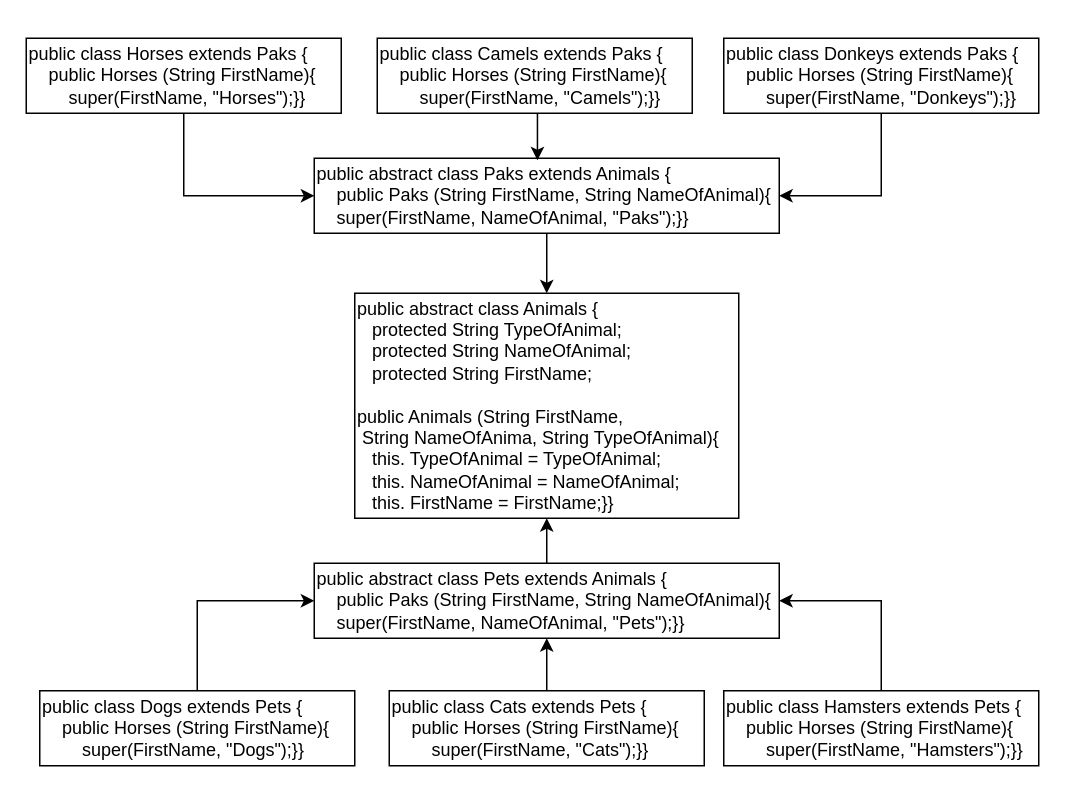
Before: Task6.drawio in FedorPRG/Final_certification, a draw.io diagram. Source tidied: cells renumbered, new cells numbered last; positions are measured from the earlier drawing's top-left corner, leaving out a move shared by most shapes. Both pictures are drawn from the tidied source at 150%, with x=0, y=0 at pixel (26, 38).
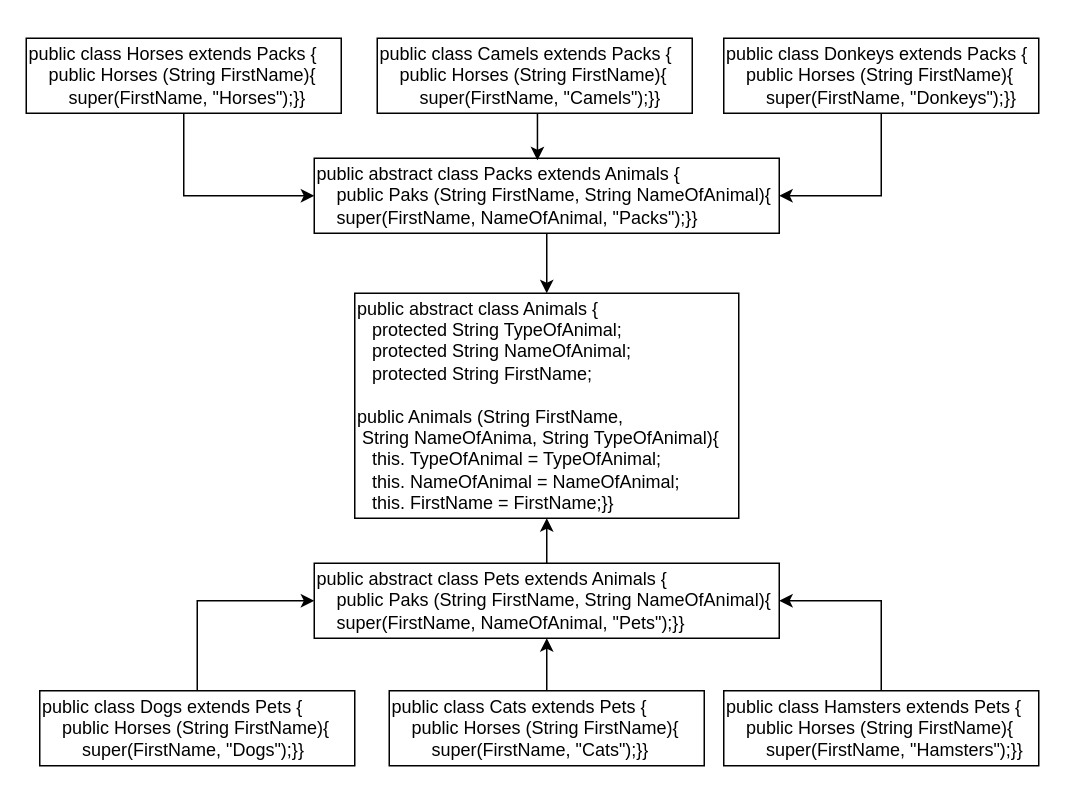
The same page after the edit.

Change to the diagram source:
```diff
@@
 <mxGraphModel>
   <root>
     <mxCell id="0" />
     <mxCell id="1" parent="0" />
     <mxCell id="2" value="&lt;font style=&quot;font-size: 12px;&quot;&gt;public abstract class Animals {&lt;br&gt;&amp;nbsp; &amp;nbsp;protected String TypeOfAnimal;&lt;br&gt;&amp;nbsp; &amp;nbsp;protected String NameOfAnimal;&lt;br&gt;&lt;span lang=&quot;EN-US&quot; style=&quot;&quot;&gt;&amp;nbsp; &amp;nbsp;protected String FirstName;&lt;/span&gt;&amp;nbsp;&lt;br&gt;&amp;nbsp;&amp;nbsp;&lt;/font&gt;&lt;br&gt;public Animals (String FirstName,&lt;br&gt;&lt;span lang=&quot;EN-US&quot;&gt;&amp;nbsp;String NameOfAnima,&lt;/span&gt; String TypeOfAnimal)&lt;span lang=&quot;EN-US&quot; style=&quot;background-color: initial;&quot;&gt;{&lt;/span&gt;&lt;br&gt;&amp;nbsp; &amp;nbsp;this. TypeOfAnimal = TypeOfAnimal;&lt;br&gt;&amp;nbsp; &amp;nbsp;this. NameOfAnimal = NameOfAnimal; &lt;br&gt;&amp;nbsp; &amp;nbsp;this. FirstName = FirstName;}}" style="rounded=0;whiteSpace=wrap;html=1;align=left;" parent="1" vertex="1">
       <mxGeometry x="219" y="170" width="256" height="150" as="geometry" />
     </mxCell>
     <mxCell id="3" style="edgeStyle=orthogonalEdgeStyle;rounded=0;jettySize=auto;html=1;exitX=0.5;exitY=1;exitDx=0;exitDy=0;entryX=0;entryY=0.5;entryDx=0;entryDy=0;fontSize=12;" parent="1" edge="1" source="4" target="6">
       <mxGeometry relative="1" as="geometry" />
     </mxCell>
-    <mxCell id="4" value="&lt;p style=&quot;margin-bottom:0cm;margin-bottom:.0001pt&quot; class=&quot;MsoNormal&quot;&gt;&lt;span lang=&quot;EN-US&quot;&gt;public class Horses extends Paks {&lt;br&gt;&lt;/span&gt;&lt;/p&gt;&lt;div style=&quot;text-indent: 0px;&quot;&gt;&lt;span style=&quot;background-color: initial; text-indent: 9.75pt;&quot;&gt;&amp;nbsp; &amp;nbsp; public Horses (String FirstName){&lt;br&gt;&lt;/span&gt;&lt;span style=&quot;text-indent: 9.75pt; background-color: initial;&quot;&gt;&amp;nbsp; &amp;nbsp;&amp;nbsp;&lt;/span&gt;&lt;span style=&quot;background-color: initial;&quot;&gt;&amp;nbsp; &amp;nbsp; super(FirstName,&amp;nbsp;&lt;/span&gt;&lt;span style=&quot;background-color: initial;&quot;&gt;&quot;Horses&quot;);&lt;/span&gt;&lt;span style=&quot;background-color: initial;&quot;&gt;}}&lt;/span&gt;&lt;/div&gt;&lt;p&gt;&lt;/p&gt;" style="rounded=0;whiteSpace=wrap;html=1;align=left;" parent="1" vertex="1">
+    <mxCell id="4" value="&lt;p style=&quot;margin-bottom:0cm;margin-bottom:.0001pt&quot; class=&quot;MsoNormal&quot;&gt;&lt;span lang=&quot;EN-US&quot;&gt;public class Horses extends Packs {&lt;br&gt;&lt;/span&gt;&lt;/p&gt;&lt;div style=&quot;text-indent: 0px;&quot;&gt;&lt;span style=&quot;background-color: initial; text-indent: 9.75pt;&quot;&gt;&amp;nbsp; &amp;nbsp; public Horses (String FirstName){&lt;br&gt;&lt;/span&gt;&lt;span style=&quot;text-indent: 9.75pt; background-color: initial;&quot;&gt;&amp;nbsp; &amp;nbsp;&amp;nbsp;&lt;/span&gt;&lt;span style=&quot;background-color: initial;&quot;&gt;&amp;nbsp; &amp;nbsp; super(FirstName,&amp;nbsp;&lt;/span&gt;&lt;span style=&quot;background-color: initial;&quot;&gt;&quot;Horses&quot;);&lt;/span&gt;&lt;span style=&quot;background-color: initial;&quot;&gt;}}&lt;/span&gt;&lt;/div&gt;&lt;p&gt;&lt;/p&gt;" style="rounded=0;whiteSpace=wrap;html=1;align=left;" parent="1" vertex="1">
       <mxGeometry width="210" height="50" as="geometry" />
     </mxCell>
     <mxCell id="5" style="edgeStyle=orthogonalEdgeStyle;rounded=0;jettySize=auto;html=1;entryX=0.5;entryY=0;entryDx=0;entryDy=0;fontSize=12;" parent="1" edge="1" source="6" target="2">
       <mxGeometry relative="1" as="geometry" />
     </mxCell>
-    <mxCell id="6" value="&lt;p style=&quot;margin-bottom:0cm;margin-bottom:.0001pt&quot; class=&quot;MsoNormal&quot;&gt;&lt;span lang=&quot;EN-US&quot;&gt;public abstract class Paks extends Animals {&lt;br&gt;&lt;/span&gt;&lt;/p&gt;&lt;div style=&quot;text-indent: 0px;&quot;&gt;&lt;span style=&quot;background-color: initial; text-indent: 9.75pt;&quot;&gt;&amp;nbsp; &amp;nbsp; public Paks (String FirstName, String NameOfAnimal){&lt;br&gt;&lt;/span&gt;&lt;span style=&quot;text-indent: 9.75pt; background-color: initial;&quot;&gt;&amp;nbsp; &amp;nbsp;&amp;nbsp;&lt;/span&gt;super(FirstName, NameOfAnimal, &quot;Paks&quot;);}}&lt;/div&gt;&lt;p&gt;&lt;/p&gt;" style="rounded=0;whiteSpace=wrap;html=1;align=left;" parent="1" vertex="1">
+    <mxCell id="6" value="&lt;p style=&quot;margin-bottom:0cm;margin-bottom:.0001pt&quot; class=&quot;MsoNormal&quot;&gt;&lt;span lang=&quot;EN-US&quot;&gt;public abstract class Packs extends Animals {&lt;br&gt;&lt;/span&gt;&lt;/p&gt;&lt;div style=&quot;text-indent: 0px;&quot;&gt;&lt;span style=&quot;background-color: initial; text-indent: 9.75pt;&quot;&gt;&amp;nbsp; &amp;nbsp; public Paks (String FirstName, String NameOfAnimal){&lt;br&gt;&lt;/span&gt;&lt;span style=&quot;text-indent: 9.75pt; background-color: initial;&quot;&gt;&amp;nbsp; &amp;nbsp;&amp;nbsp;&lt;/span&gt;super(FirstName, NameOfAnimal, &quot;Packs&quot;);}}&lt;/div&gt;&lt;p&gt;&lt;/p&gt;" style="rounded=0;whiteSpace=wrap;html=1;align=left;" parent="1" vertex="1">
       <mxGeometry x="192" y="80" width="310" height="50" as="geometry" />
     </mxCell>
     <mxCell id="7" style="edgeStyle=orthogonalEdgeStyle;rounded=0;jettySize=auto;html=1;exitX=0.5;exitY=1;exitDx=0;exitDy=0;entryX=0.48;entryY=0.028;entryDx=0;entryDy=0;entryPerimeter=0;fontSize=12;" parent="1" edge="1" source="8" target="6">
       <mxGeometry relative="1" as="geometry" />
     </mxCell>
-    <mxCell id="8" value="&lt;p style=&quot;margin-bottom:0cm;margin-bottom:.0001pt&quot; class=&quot;MsoNormal&quot;&gt;&lt;span lang=&quot;EN-US&quot;&gt;public class Camels extends Paks {&lt;br&gt;&lt;/span&gt;&lt;/p&gt;&lt;div style=&quot;text-indent: 0px;&quot;&gt;&lt;span style=&quot;background-color: initial; text-indent: 9.75pt;&quot;&gt;&amp;nbsp; &amp;nbsp; public Horses (String FirstName){&lt;br&gt;&lt;/span&gt;&lt;span style=&quot;text-indent: 9.75pt; background-color: initial;&quot;&gt;&amp;nbsp; &amp;nbsp;&amp;nbsp;&lt;/span&gt;&lt;span style=&quot;background-color: initial;&quot;&gt;&amp;nbsp; &amp;nbsp; super(FirstName,&amp;nbsp;&lt;/span&gt;&lt;span style=&quot;background-color: initial;&quot;&gt;&quot;Camels&quot;);&lt;/span&gt;&lt;span style=&quot;background-color: initial;&quot;&gt;}}&lt;/span&gt;&lt;/div&gt;&lt;p&gt;&lt;/p&gt;" style="rounded=0;whiteSpace=wrap;html=1;align=left;" parent="1" vertex="1">
+    <mxCell id="8" value="&lt;p style=&quot;margin-bottom:0cm;margin-bottom:.0001pt&quot; class=&quot;MsoNormal&quot;&gt;&lt;span lang=&quot;EN-US&quot;&gt;public class Camels extends Packs {&lt;br&gt;&lt;/span&gt;&lt;/p&gt;&lt;div style=&quot;text-indent: 0px;&quot;&gt;&lt;span style=&quot;background-color: initial; text-indent: 9.75pt;&quot;&gt;&amp;nbsp; &amp;nbsp; public Horses (String FirstName){&lt;br&gt;&lt;/span&gt;&lt;span style=&quot;text-indent: 9.75pt; background-color: initial;&quot;&gt;&amp;nbsp; &amp;nbsp;&amp;nbsp;&lt;/span&gt;&lt;span style=&quot;background-color: initial;&quot;&gt;&amp;nbsp; &amp;nbsp; super(FirstName,&amp;nbsp;&lt;/span&gt;&lt;span style=&quot;background-color: initial;&quot;&gt;&quot;Camels&quot;);&lt;/span&gt;&lt;span style=&quot;background-color: initial;&quot;&gt;}}&lt;/span&gt;&lt;/div&gt;&lt;p&gt;&lt;/p&gt;" style="rounded=0;whiteSpace=wrap;html=1;align=left;" parent="1" vertex="1">
       <mxGeometry x="234" width="210" height="50" as="geometry" />
     </mxCell>
     <mxCell id="9" style="edgeStyle=orthogonalEdgeStyle;rounded=0;jettySize=auto;html=1;entryX=1;entryY=0.5;entryDx=0;entryDy=0;fontSize=12;" parent="1" edge="1" source="10" target="6">
       <mxGeometry relative="1" as="geometry" />
     </mxCell>
-    <mxCell id="10" value="&lt;p style=&quot;margin-bottom:0cm;margin-bottom:.0001pt&quot; class=&quot;MsoNormal&quot;&gt;&lt;span lang=&quot;EN-US&quot;&gt;public class Donkeys extends Paks {&lt;br&gt;&lt;/span&gt;&lt;/p&gt;&lt;div style=&quot;text-indent: 0px;&quot;&gt;&lt;span style=&quot;background-color: initial; text-indent: 9.75pt;&quot;&gt;&amp;nbsp; &amp;nbsp; public Horses (String FirstName){&lt;br&gt;&lt;/span&gt;&lt;span style=&quot;text-indent: 9.75pt; background-color: initial;&quot;&gt;&amp;nbsp; &amp;nbsp;&amp;nbsp;&lt;/span&gt;&lt;span style=&quot;background-color: initial;&quot;&gt;&amp;nbsp; &amp;nbsp; super(FirstName,&amp;nbsp;&lt;/span&gt;&quot;Donkeys&lt;span style=&quot;background-color: initial;&quot;&gt;&quot;);&lt;/span&gt;&lt;span style=&quot;background-color: initial;&quot;&gt;}}&lt;/span&gt;&lt;/div&gt;&lt;p&gt;&lt;/p&gt;" style="rounded=0;whiteSpace=wrap;html=1;align=left;" parent="1" vertex="1">
+    <mxCell id="10" value="&lt;p style=&quot;margin-bottom:0cm;margin-bottom:.0001pt&quot; class=&quot;MsoNormal&quot;&gt;&lt;span lang=&quot;EN-US&quot;&gt;public class Donkeys extends Packs {&lt;br&gt;&lt;/span&gt;&lt;/p&gt;&lt;div style=&quot;text-indent: 0px;&quot;&gt;&lt;span style=&quot;background-color: initial; text-indent: 9.75pt;&quot;&gt;&amp;nbsp; &amp;nbsp; public Horses (String FirstName){&lt;br&gt;&lt;/span&gt;&lt;span style=&quot;text-indent: 9.75pt; background-color: initial;&quot;&gt;&amp;nbsp; &amp;nbsp;&amp;nbsp;&lt;/span&gt;&lt;span style=&quot;background-color: initial;&quot;&gt;&amp;nbsp; &amp;nbsp; super(FirstName,&amp;nbsp;&lt;/span&gt;&quot;Donkeys&lt;span style=&quot;background-color: initial;&quot;&gt;&quot;);&lt;/span&gt;&lt;span style=&quot;background-color: initial;&quot;&gt;}}&lt;/span&gt;&lt;/div&gt;&lt;p&gt;&lt;/p&gt;" style="rounded=0;whiteSpace=wrap;html=1;align=left;" parent="1" vertex="1">
       <mxGeometry x="465" width="210" height="50" as="geometry" />
     </mxCell>
     <mxCell id="11" style="edgeStyle=orthogonalEdgeStyle;rounded=0;jettySize=auto;html=1;entryX=0.5;entryY=1;entryDx=0;entryDy=0;fontSize=12;" parent="1" edge="1" source="12" target="2">
       <mxGeometry relative="1" as="geometry" />
     </mxCell>
     <mxCell id="12" value="&lt;p style=&quot;margin-bottom:0cm;margin-bottom:.0001pt&quot; class=&quot;MsoNormal&quot;&gt;&lt;span lang=&quot;EN-US&quot;&gt;public abstract class Pets extends Animals {&lt;br&gt;&lt;/span&gt;&lt;/p&gt;&lt;div style=&quot;text-indent: 0px;&quot;&gt;&lt;span style=&quot;background-color: initial; text-indent: 9.75pt;&quot;&gt;&amp;nbsp; &amp;nbsp; public Paks (String FirstName, String NameOfAnimal){&lt;br&gt;&lt;/span&gt;&lt;span style=&quot;text-indent: 9.75pt; background-color: initial;&quot;&gt;&amp;nbsp; &amp;nbsp;&amp;nbsp;&lt;/span&gt;super(FirstName, NameOfAnimal, &quot;Pets&quot;);}}&lt;/div&gt;&lt;p&gt;&lt;/p&gt;" style="rounded=0;whiteSpace=wrap;html=1;align=left;" parent="1" vertex="1">
       <mxGeometry x="192" y="350" width="310" height="50" as="geometry" />
     </mxCell>
     <mxCell id="13" style="edgeStyle=orthogonalEdgeStyle;rounded=0;jettySize=auto;html=1;entryX=0;entryY=0.5;entryDx=0;entryDy=0;fontSize=12;" parent="1" edge="1" source="14" target="12">
       <mxGeometry relative="1" as="geometry" />
     </mxCell>
     <mxCell id="14" value="&lt;p style=&quot;margin-bottom:0cm;margin-bottom:.0001pt&quot; class=&quot;MsoNormal&quot;&gt;&lt;span lang=&quot;EN-US&quot;&gt;public class Dogs extends Pets {&lt;br&gt;&lt;/span&gt;&lt;/p&gt;&lt;div style=&quot;text-indent: 0px;&quot;&gt;&lt;span style=&quot;background-color: initial; text-indent: 9.75pt;&quot;&gt;&amp;nbsp; &amp;nbsp; public Horses (String FirstName){&lt;br&gt;&lt;/span&gt;&lt;span style=&quot;text-indent: 9.75pt; background-color: initial;&quot;&gt;&amp;nbsp; &amp;nbsp;&amp;nbsp;&lt;/span&gt;&lt;span style=&quot;background-color: initial;&quot;&gt;&amp;nbsp; &amp;nbsp; super(FirstName,&amp;nbsp;&lt;/span&gt;&lt;span style=&quot;background-color: initial;&quot;&gt;&quot;Dogs&quot;);&lt;/span&gt;&lt;span style=&quot;background-color: initial;&quot;&gt;}}&lt;/span&gt;&lt;/div&gt;&lt;p&gt;&lt;/p&gt;" style="rounded=0;whiteSpace=wrap;html=1;align=left;" parent="1" vertex="1">
       <mxGeometry x="9" y="435" width="210" height="50" as="geometry" />
     </mxCell>
     <mxCell id="15" style="edgeStyle=orthogonalEdgeStyle;rounded=0;jettySize=auto;html=1;entryX=0.5;entryY=1;entryDx=0;entryDy=0;fontSize=12;" parent="1" edge="1" source="16" target="12">
       <mxGeometry relative="1" as="geometry" />
     </mxCell>
     <mxCell id="16" value="&lt;p style=&quot;margin-bottom:0cm;margin-bottom:.0001pt&quot; class=&quot;MsoNormal&quot;&gt;&lt;span lang=&quot;EN-US&quot;&gt;public class Cats extends Pets {&lt;br&gt;&lt;/span&gt;&lt;/p&gt;&lt;div style=&quot;text-indent: 0px;&quot;&gt;&lt;span style=&quot;background-color: initial; text-indent: 9.75pt;&quot;&gt;&amp;nbsp; &amp;nbsp; public Horses (String FirstName){&lt;br&gt;&lt;/span&gt;&lt;span style=&quot;text-indent: 9.75pt; background-color: initial;&quot;&gt;&amp;nbsp; &amp;nbsp;&amp;nbsp;&lt;/span&gt;&lt;span style=&quot;background-color: initial;&quot;&gt;&amp;nbsp; &amp;nbsp; super(FirstName,&amp;nbsp;&lt;/span&gt;&lt;span style=&quot;background-color: initial;&quot;&gt;&quot;Cats&quot;);&lt;/span&gt;&lt;span style=&quot;background-color: initial;&quot;&gt;}}&lt;/span&gt;&lt;/div&gt;&lt;p&gt;&lt;/p&gt;" style="rounded=0;whiteSpace=wrap;html=1;align=left;" parent="1" vertex="1">
       <mxGeometry x="242" y="435" width="210" height="50" as="geometry" />
     </mxCell>
     <mxCell id="17" style="edgeStyle=orthogonalEdgeStyle;rounded=0;jettySize=auto;html=1;entryX=1;entryY=0.5;entryDx=0;entryDy=0;fontSize=12;" parent="1" edge="1" source="18" target="12">
       <mxGeometry relative="1" as="geometry" />
     </mxCell>
     <mxCell id="18" value="&lt;p style=&quot;margin-bottom:0cm;margin-bottom:.0001pt&quot; class=&quot;MsoNormal&quot;&gt;&lt;span lang=&quot;EN-US&quot;&gt;public class Hamsters extends Pets {&lt;br&gt;&lt;/span&gt;&lt;/p&gt;&lt;div style=&quot;text-indent: 0px;&quot;&gt;&lt;span style=&quot;background-color: initial; text-indent: 9.75pt;&quot;&gt;&amp;nbsp; &amp;nbsp; public Horses (String FirstName){&lt;br&gt;&lt;/span&gt;&lt;span style=&quot;text-indent: 9.75pt; background-color: initial;&quot;&gt;&amp;nbsp; &amp;nbsp;&amp;nbsp;&lt;/span&gt;&lt;span style=&quot;background-color: initial;&quot;&gt;&amp;nbsp; &amp;nbsp; super(FirstName,&amp;nbsp;&lt;/span&gt;&quot;Hamsters&lt;span style=&quot;background-color: initial;&quot;&gt;&quot;);&lt;/span&gt;&lt;span style=&quot;background-color: initial;&quot;&gt;}}&lt;/span&gt;&lt;/div&gt;&lt;p&gt;&lt;/p&gt;" style="rounded=0;whiteSpace=wrap;html=1;align=left;" parent="1" vertex="1">
       <mxGeometry x="465" y="435" width="210" height="50" as="geometry" />
     </mxCell>
   </root>
 </mxGraphModel>
```
